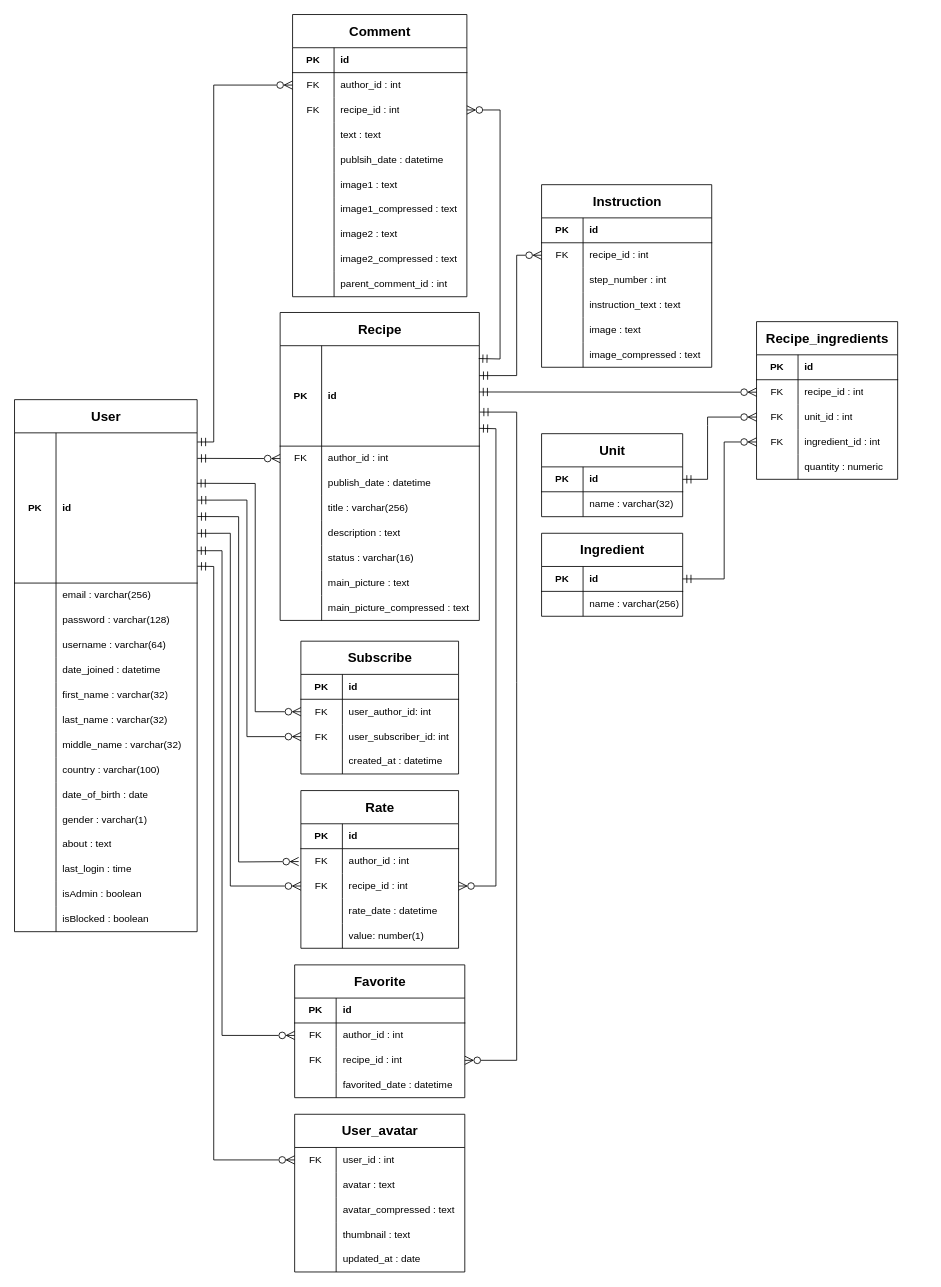
This is docs/ER-diagram/ER-diagram — Web Gastronomy.drawio from BullDigga/web-gastronomy, a draw.io file, before an edit. Source tidied: cells renumbered, new cells numbered last; positions are measured from the earlier drawing's top-left corner, leaving out a move shared by most shapes. Both pictures are drawn from the tidied source at 83%, with x=0, y=0 at pixel (14, 14).
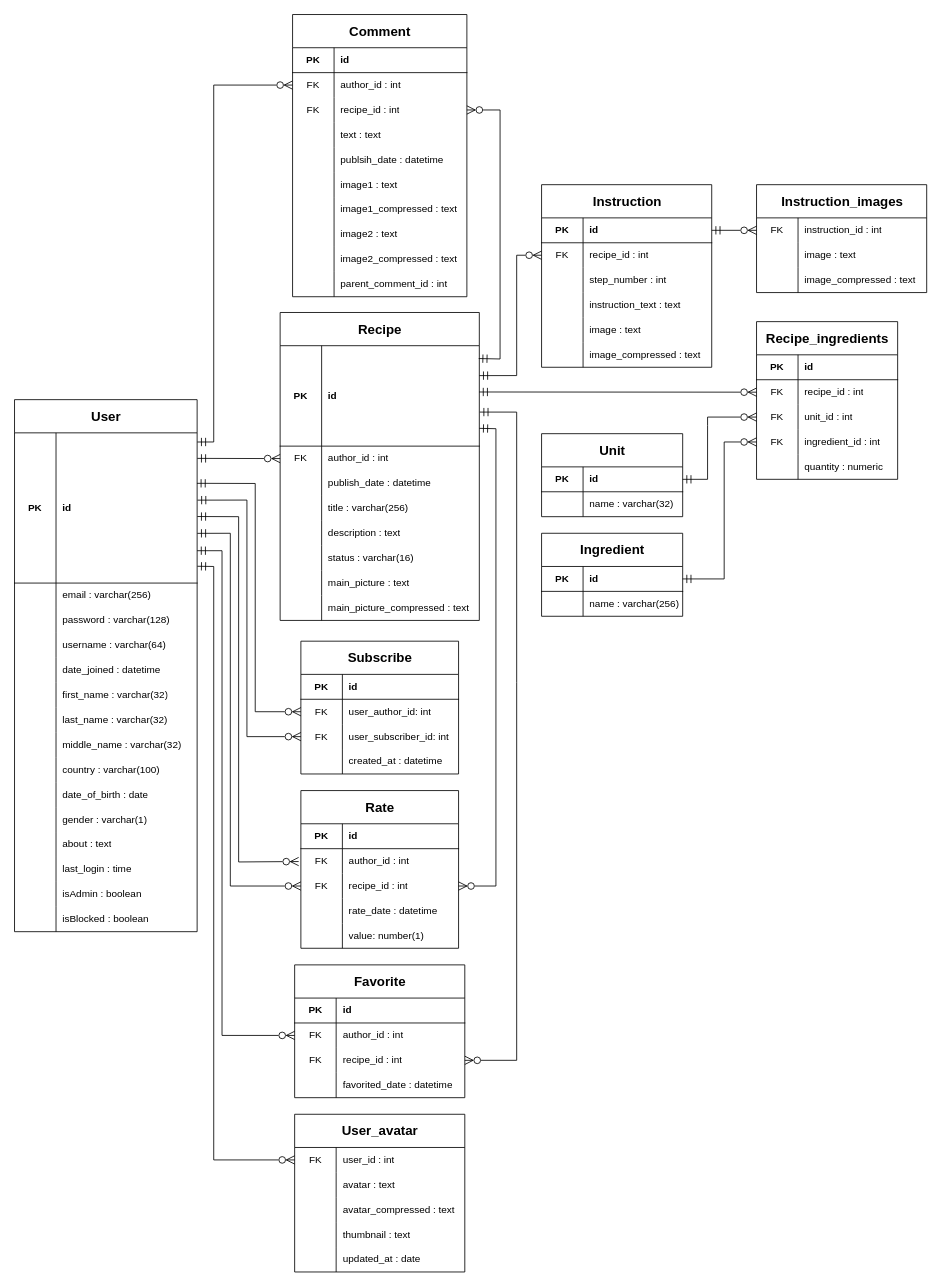
The same page after the edit.

The change refers to these unchanged cells:
```xml
<mxCell id="154" style="shape=tableRow;horizontal=0;startSize=0;swimlaneHead=0;swimlaneBody=0;fillColor=none;points=[[0,0.5],[1,0.5]];portConstraint=eastwest;top=0;left=0;right=0;bottom=1;" parent="153" vertex="1">
  <mxGeometry y="40" width="205" height="30" as="geometry" />
</mxCell>
```

Change to the diagram source:
```diff
@@
+    <mxCell id="226" value="&lt;div&gt;&lt;span style=&quot;white-space: pre;&quot;&gt;Instruction_images&lt;/span&gt;&lt;/div&gt;" style="shape=table;startSize=40;childLayout=tableLayout;rowLines=0;fontStyle=1;align=center;html=1;fontSize=16;" parent="1" vertex="1">
+      <mxGeometry x="894" y="205" width="205" height="130" as="geometry" />
+    </mxCell>
+    <mxCell id="227" style="shape=tableRow;horizontal=0;startSize=0;swimlaneHead=0;swimlaneBody=0;fillColor=none;points=[[0,0.5],[1,0.5]];portConstraint=eastwest;top=0;left=0;right=0;bottom=0;" parent="226" vertex="1">
+      <mxGeometry y="40" width="205" height="30" as="geometry" />
+    </mxCell>
+    <mxCell id="228" value="FK" style="shape=partialRectangle;fillColor=none;top=0;left=0;bottom=0;right=0;overflow=hidden;whiteSpace=wrap;html=1;" parent="227" vertex="1">
+      <mxGeometry width="50" height="30" as="geometry" />
+    </mxCell>
+    <mxCell id="229" value="instruction_id : int" style="shape=partialRectangle;fillColor=none;top=0;left=0;bottom=0;right=0;align=left;spacingLeft=6;overflow=hidden;whiteSpace=wrap;html=1;" parent="227" vertex="1">
+      <mxGeometry x="50" width="155" height="30" as="geometry" />
+    </mxCell>
+    <mxCell id="230" style="shape=tableRow;horizontal=0;startSize=0;swimlaneHead=0;swimlaneBody=0;fillColor=none;top=0;left=0;right=0;bottom=0;" parent="226" vertex="1">
+      <mxGeometry y="70" width="205" height="30" as="geometry" />
+    </mxCell>
+    <mxCell id="231" style="shape=partialRectangle;fillColor=none;top=0;left=0;bottom=0;right=0;overflow=hidden;whiteSpace=wrap;html=1;" parent="230" vertex="1">
+      <mxGeometry width="50" height="30" as="geometry" />
+    </mxCell>
+    <mxCell id="232" value="image : text" style="shape=partialRectangle;fillColor=none;top=0;left=0;bottom=0;right=0;align=left;spacingLeft=6;overflow=hidden;whiteSpace=wrap;html=1;" parent="230" vertex="1">
+      <mxGeometry x="50" width="155" height="30" as="geometry" />
+    </mxCell>
+    <mxCell id="233" style="shape=tableRow;horizontal=0;startSize=0;swimlaneHead=0;swimlaneBody=0;fillColor=none;top=0;left=0;right=0;bottom=0;" parent="226" vertex="1">
+      <mxGeometry y="100" width="205" height="30" as="geometry" />
+    </mxCell>
+    <mxCell id="234" style="shape=partialRectangle;fillColor=none;top=0;left=0;bottom=0;right=0;overflow=hidden;whiteSpace=wrap;html=1;" parent="233" vertex="1">
+      <mxGeometry width="50" height="30" as="geometry" />
+    </mxCell>
+    <mxCell id="235" value="image_compressed : text" style="shape=partialRectangle;fillColor=none;top=0;left=0;bottom=0;right=0;align=left;spacingLeft=6;overflow=hidden;whiteSpace=wrap;html=1;" parent="233" vertex="1">
+      <mxGeometry x="50" width="155" height="30" as="geometry" />
+    </mxCell>
+    <mxCell id="236" style="endArrow=ERmandOne;startArrow=ERzeroToMany;endFill=0;startFill=0;html=1;verticalAlign=bottom;labelBackgroundColor=none;strokeWidth=1;startSize=8;endSize=8;rounded=0;exitX=0;exitY=0.5;exitDx=0;exitDy=0;entryX=1;entryY=0.5;entryDx=0;entryDy=0;" parent="1" edge="1" source="227" target="154">
+      <mxGeometry relative="1" as="geometry" />
+    </mxCell>
```
